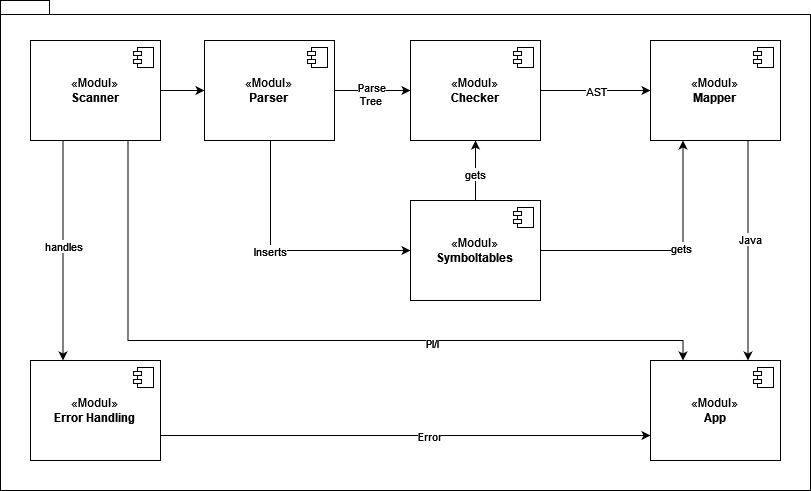
Before: assets/img/AbstraktesUML_1.png, a diagram exported from draw.io (lhahner/aspekte-formale-uebersetzung-programmiersprachen). Source tidied: cells renumbered, new cells last; positions are measured from the earlier drawing's top-left corner, leaving out a move shared by most shapes.
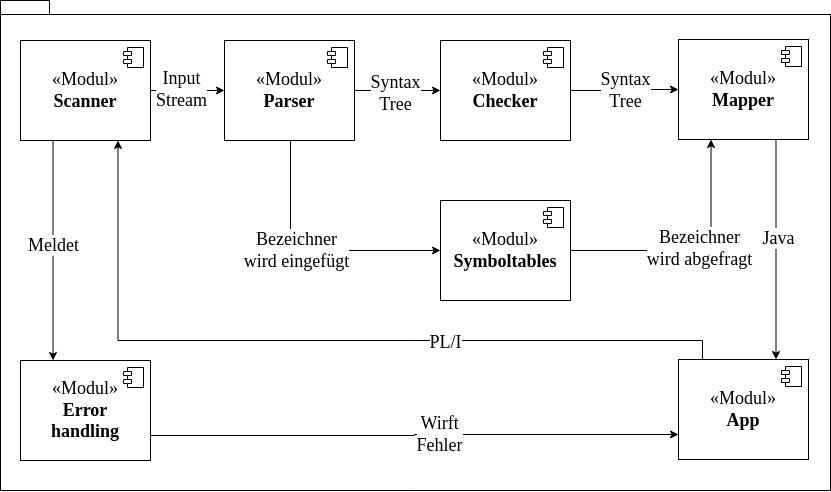
The same file after the commit.

The edit, as a diff of the source:
```diff
@@ -2,38 +2,41 @@
   <root>
     <mxCell id="0" />
     <mxCell id="1" parent="0" />
-    <mxCell id="2" style="shape=folder;fontStyle=1;spacingTop=10;tabWidth=40;tabHeight=14;tabPosition=left;html=1;whiteSpace=wrap;" parent="1" vertex="1">
-      <mxGeometry width="810" height="490" as="geometry" />
+    <mxCell id="2" style="shape=folder;fontStyle=1;spacingTop=10;tabWidth=40;tabHeight=14;tabPosition=left;html=1;whiteSpace=wrap;fontFamily=Semi Serif;fontSize=18;" parent="1" vertex="1">
+      <mxGeometry x="-20" width="830" height="490" as="geometry" />
     </mxCell>
-    <mxCell id="3" style="edgeStyle=orthogonalEdgeStyle;rounded=0;jettySize=auto;html=1;entryX=0;entryY=0.5;entryDx=0;entryDy=0;" parent="1" edge="1" source="8" target="15">
+    <mxCell id="3" style="edgeStyle=orthogonalEdgeStyle;rounded=0;jettySize=auto;html=1;entryX=0;entryY=0.5;entryDx=0;entryDy=0;fontFamily=Semi Serif;fontSize=18;" parent="1" edge="1" source="8" target="15">
       <mxGeometry relative="1" as="geometry" />
     </mxCell>
+    <mxCell id="37" value="&lt;font style=&quot;font-size: 18px;&quot; face=&quot;Semi Serif&quot;&gt;Input&lt;br&gt;Stream&lt;/font&gt;" style="edgeLabel;html=1;align=center;verticalAlign=middle;" parent="3" vertex="1">
+      <mxGeometry x="-0.17" y="1" relative="1" as="geometry" />
+    </mxCell>
-    <mxCell id="4" style="edgeStyle=orthogonalEdgeStyle;rounded=0;jettySize=auto;html=1;exitX=0.25;exitY=1;exitDx=0;exitDy=0;entryX=0.25;entryY=0;entryDx=0;entryDy=0;" parent="1" edge="1" source="8" target="29">
+    <mxCell id="4" style="edgeStyle=orthogonalEdgeStyle;rounded=0;jettySize=auto;html=1;exitX=0.25;exitY=1;exitDx=0;exitDy=0;entryX=0.25;entryY=0;entryDx=0;entryDy=0;fontFamily=Semi Serif;fontSize=18;" parent="1" edge="1" source="8" target="29">
       <mxGeometry relative="1" as="geometry" />
     </mxCell>
-    <mxCell id="5" value="handles" style="edgeLabel;html=1;align=center;verticalAlign=middle;" parent="4" vertex="1">
+    <mxCell id="5" value="Meldet" style="edgeLabel;html=1;align=center;verticalAlign=middle;fontFamily=Semi Serif;fontSize=18;" parent="4" vertex="1">
       <mxGeometry x="-0.05" relative="1" as="geometry" />
     </mxCell>
-    <mxCell id="6" style="edgeStyle=orthogonalEdgeStyle;rounded=0;jettySize=auto;html=1;exitX=0.75;exitY=1;exitDx=0;exitDy=0;entryX=0.25;entryY=0;entryDx=0;entryDy=0;" parent="1" edge="1" source="8" target="31">
+    <mxCell id="6" style="edgeStyle=orthogonalEdgeStyle;rounded=0;jettySize=auto;html=1;exitX=0.75;exitY=1;exitDx=0;exitDy=0;entryX=0.25;entryY=0;entryDx=0;entryDy=0;fontFamily=Semi Serif;fontSize=18;endArrow=none;endFill=0;startArrow=classic;startFill=1;" parent="1" edge="1" source="8" target="31">
       <mxGeometry relative="1" as="geometry">
         <Array as="points">
-          <mxPoint x="128" y="340" />
-          <mxPoint x="683" y="340" />
+          <mxPoint x="98" y="340" />
+          <mxPoint x="682" y="340" />
         </Array>
       </mxGeometry>
     </mxCell>
-    <mxCell id="7" value="Pl/I" style="edgeLabel;html=1;align=center;verticalAlign=middle;" parent="6" vertex="1">
+    <mxCell id="7" value="PL/I" style="edgeLabel;html=1;align=center;verticalAlign=middle;fontFamily=Semi Serif;fontSize=18;" parent="6" vertex="1">
       <mxGeometry x="0.3" y="-2" relative="1" as="geometry" />
     </mxCell>
-    <mxCell id="8" value="«Modul»&lt;b&gt;&lt;br&gt;Scanner&lt;br&gt;&lt;/b&gt;" style="html=1;whiteSpace=wrap;" parent="1" vertex="1">
-      <mxGeometry x="30" y="40" width="130" height="100" as="geometry" />
+    <mxCell id="8" value="«Modul»&lt;b style=&quot;font-size: 18px;&quot;&gt;&lt;br style=&quot;font-size: 18px;&quot;&gt;Scanner&lt;br style=&quot;font-size: 18px;&quot;&gt;&lt;/b&gt;" style="html=1;whiteSpace=wrap;fontFamily=Semi Serif;fontSize=18;" parent="1" vertex="1">
+      <mxGeometry y="40" width="130" height="100" as="geometry" />
     </mxCell>
-    <mxCell id="9" style="shape=module;jettyWidth=8;jettyHeight=4;" parent="8" vertex="1">
+    <mxCell id="9" style="shape=module;jettyWidth=8;jettyHeight=4;fontFamily=Semi Serif;fontSize=18;" parent="8" vertex="1">
       <mxGeometry x="1" width="20" height="20" relative="1" as="geometry">
         <mxPoint x="-27" y="7" as="offset" />
       </mxGeometry>
     </mxCell>
-    <mxCell id="10" style="edgeStyle=orthogonalEdgeStyle;rounded=0;orthogonalLoop=1;jettySize=auto;html=1;endArrow=none;endFill=0;" parent="1" edge="1">
+    <mxCell id="10" style="edgeStyle=orthogonalEdgeStyle;rounded=0;orthogonalLoop=1;jettySize=auto;html=1;endArrow=none;endFill=0;fontSize=18;" parent="1" edge="1">
       <mxGeometry relative="1" as="geometry">
         <mxPoint x="330" y="226.9" as="sourcePoint" />
         <mxPoint x="330" y="227" as="targetPoint" />
@@ -43,102 +46,96 @@
         </Array>
       </mxGeometry>
     </mxCell>
-    <mxCell id="11" style="edgeStyle=orthogonalEdgeStyle;rounded=0;jettySize=auto;html=1;entryX=0;entryY=0.5;entryDx=0;entryDy=0;" parent="1" edge="1" source="15" target="35">
+    <mxCell id="11" style="edgeStyle=orthogonalEdgeStyle;rounded=0;jettySize=auto;html=1;entryX=0;entryY=0.5;entryDx=0;entryDy=0;fontFamily=Semi Serif;fontSize=18;" parent="1" edge="1" source="15" target="35">
       <mxGeometry relative="1" as="geometry" />
     </mxCell>
-    <mxCell id="12" value="&lt;div&gt;Parse&lt;/div&gt;&lt;div&gt;Tree&lt;br&gt;&lt;/div&gt;" style="edgeLabel;html=1;align=center;verticalAlign=middle;" parent="11" vertex="1">
+    <mxCell id="12" value="&lt;div style=&quot;font-size: 18px;&quot;&gt;Syntax&lt;/div&gt;&lt;div style=&quot;font-size: 18px;&quot;&gt;Tree&lt;/div&gt;" style="edgeLabel;html=1;align=center;verticalAlign=middle;fontFamily=Semi Serif;fontSize=18;" parent="11" vertex="1">
       <mxGeometry x="-0.06" y="-3" relative="1" as="geometry" />
     </mxCell>
-    <mxCell id="13" style="edgeStyle=orthogonalEdgeStyle;rounded=0;jettySize=auto;html=1;entryX=0;entryY=0.5;entryDx=0;entryDy=0;" parent="1" edge="1" source="15" target="25">
+    <mxCell id="13" style="edgeStyle=orthogonalEdgeStyle;rounded=0;jettySize=auto;html=1;entryX=0;entryY=0.5;entryDx=0;entryDy=0;fontFamily=Semi Serif;fontSize=18;" parent="1" edge="1" source="15" target="25">
       <mxGeometry relative="1" as="geometry">
         <Array as="points">
           <mxPoint x="270" y="250" />
         </Array>
       </mxGeometry>
     </mxCell>
-    <mxCell id="14" value="Inserts" style="edgeLabel;html=1;align=center;verticalAlign=middle;" parent="13" vertex="1">
+    <mxCell id="14" value="Bezeichner&lt;br&gt;wird eingefügt" style="edgeLabel;html=1;align=center;verticalAlign=middle;fontFamily=Semi Serif;fontSize=18;" parent="13" vertex="1">
       <mxGeometry x="0.26" y="3" relative="1" as="geometry">
         <mxPoint x="-48" y="3" as="offset" />
       </mxGeometry>
     </mxCell>
-    <mxCell id="15" value="«Modul»&lt;b&gt;&lt;br&gt;Parser&lt;br&gt;&lt;/b&gt;" style="html=1;whiteSpace=wrap;" parent="1" vertex="1">
+    <mxCell id="15" value="«Modul»&lt;b style=&quot;font-size: 18px;&quot;&gt;&lt;br style=&quot;font-size: 18px;&quot;&gt;Parser&lt;br style=&quot;font-size: 18px;&quot;&gt;&lt;/b&gt;" style="html=1;whiteSpace=wrap;fontFamily=Semi Serif;fontSize=18;" parent="1" vertex="1">
       <mxGeometry x="204" y="40" width="130" height="100" as="geometry" />
     </mxCell>
-    <mxCell id="16" style="shape=module;jettyWidth=8;jettyHeight=4;" parent="15" vertex="1">
+    <mxCell id="16" style="shape=module;jettyWidth=8;jettyHeight=4;fontFamily=Semi Serif;fontSize=18;" parent="15" vertex="1">
       <mxGeometry x="1" width="20" height="20" relative="1" as="geometry">
         <mxPoint x="-27" y="7" as="offset" />
       </mxGeometry>
     </mxCell>
-    <mxCell id="17" style="edgeStyle=orthogonalEdgeStyle;rounded=0;jettySize=auto;html=1;exitX=0.75;exitY=1;exitDx=0;exitDy=0;entryX=0.75;entryY=0;entryDx=0;entryDy=0;" parent="1" edge="1" source="19" target="31">
+    <mxCell id="17" style="edgeStyle=orthogonalEdgeStyle;rounded=0;jettySize=auto;html=1;exitX=0.75;exitY=1;exitDx=0;exitDy=0;entryX=0.75;entryY=0;entryDx=0;entryDy=0;fontFamily=Semi Serif;fontSize=18;" parent="1" edge="1" source="19" target="31">
       <mxGeometry relative="1" as="geometry" />
     </mxCell>
-    <mxCell id="18" value="Java" style="edgeLabel;html=1;align=center;verticalAlign=middle;" parent="17" vertex="1">
+    <mxCell id="18" value="Java" style="edgeLabel;html=1;align=center;verticalAlign=middle;fontFamily=Semi Serif;fontSize=18;" parent="17" vertex="1">
       <mxGeometry x="-0.11" y="2" relative="1" as="geometry" />
     </mxCell>
-    <mxCell id="19" value="«Modul»&lt;b&gt;&lt;br&gt;Mapper&lt;br&gt;&lt;/b&gt;" style="html=1;whiteSpace=wrap;" parent="1" vertex="1">
-      <mxGeometry x="650" y="40" width="130" height="100" as="geometry" />
+    <mxCell id="19" value="«Modul»&lt;b style=&quot;font-size: 18px;&quot;&gt;&lt;br style=&quot;font-size: 18px;&quot;&gt;Mapper&lt;br style=&quot;font-size: 18px;&quot;&gt;&lt;/b&gt;" style="html=1;whiteSpace=wrap;fontFamily=Semi Serif;fontSize=18;" parent="1" vertex="1">
+      <mxGeometry x="658" y="39" width="130" height="100" as="geometry" />
     </mxCell>
-    <mxCell id="20" style="shape=module;jettyWidth=8;jettyHeight=4;" parent="19" vertex="1">
+    <mxCell id="20" style="shape=module;jettyWidth=8;jettyHeight=4;fontFamily=Semi Serif;fontSize=18;" parent="19" vertex="1">
       <mxGeometry x="1" width="20" height="20" relative="1" as="geometry">
         <mxPoint x="-27" y="7" as="offset" />
       </mxGeometry>
     </mxCell>
-    <mxCell id="21" style="edgeStyle=orthogonalEdgeStyle;rounded=0;jettySize=auto;html=1;entryX=0.5;entryY=1;entryDx=0;entryDy=0;" parent="1" edge="1" source="25" target="35">
-      <mxGeometry relative="1" as="geometry" />
-    </mxCell>
-    <mxCell id="22" value="gets" style="edgeLabel;html=1;align=center;verticalAlign=middle;" parent="21" vertex="1">
-      <mxGeometry x="-0.1" y="1" relative="1" as="geometry" />
-    </mxCell>
-    <mxCell id="23" style="edgeStyle=orthogonalEdgeStyle;rounded=0;jettySize=auto;html=1;entryX=0.25;entryY=1;entryDx=0;entryDy=0;" parent="1" edge="1" source="25" target="19">
+    <mxCell id="23" style="edgeStyle=orthogonalEdgeStyle;rounded=0;jettySize=auto;html=1;entryX=0.25;entryY=1;entryDx=0;entryDy=0;fontFamily=Semi Serif;fontSize=18;" parent="1" edge="1" source="25" target="19">
       <mxGeometry relative="1" as="geometry" />
     </mxCell>
-    <mxCell id="24" value="gets" style="edgeLabel;html=1;align=center;verticalAlign=middle;" parent="23" vertex="1">
+    <mxCell id="24" value="Bezeichner&lt;br&gt;wird abgefragt" style="edgeLabel;html=1;align=center;verticalAlign=middle;fontFamily=Semi Serif;fontSize=18;" parent="23" vertex="1">
       <mxGeometry x="0.15" y="3" relative="1" as="geometry">
-        <mxPoint x="1" y="1" as="offset" />
+        <mxPoint x="-9" y="2" as="offset" />
       </mxGeometry>
     </mxCell>
-    <mxCell id="25" value="«Modul»&lt;b&gt;&lt;br&gt;Symboltables&lt;br&gt;&lt;/b&gt;" style="html=1;whiteSpace=wrap;" parent="1" vertex="1">
-      <mxGeometry x="410" y="200" width="130" height="100" as="geometry" />
+    <mxCell id="25" value="«Modul»&lt;b style=&quot;font-size: 18px;&quot;&gt;&lt;br style=&quot;font-size: 18px;&quot;&gt;Symboltables&lt;br style=&quot;font-size: 18px;&quot;&gt;&lt;/b&gt;" style="html=1;whiteSpace=wrap;fontFamily=Semi Serif;fontSize=18;" parent="1" vertex="1">
+      <mxGeometry x="420" y="200" width="130" height="100" as="geometry" />
     </mxCell>
-    <mxCell id="26" style="shape=module;jettyWidth=8;jettyHeight=4;" parent="25" vertex="1">
+    <mxCell id="26" style="shape=module;jettyWidth=8;jettyHeight=4;fontFamily=Semi Serif;fontSize=18;" parent="25" vertex="1">
       <mxGeometry x="1" width="20" height="20" relative="1" as="geometry">
         <mxPoint x="-27" y="7" as="offset" />
       </mxGeometry>
     </mxCell>
-    <mxCell id="27" style="edgeStyle=orthogonalEdgeStyle;rounded=0;jettySize=auto;html=1;exitX=1;exitY=0.75;exitDx=0;exitDy=0;entryX=0;entryY=0.75;entryDx=0;entryDy=0;" parent="1" edge="1" source="29" target="31">
+    <mxCell id="27" style="edgeStyle=orthogonalEdgeStyle;rounded=0;jettySize=auto;html=1;exitX=1;exitY=0.75;exitDx=0;exitDy=0;entryX=0;entryY=0.75;entryDx=0;entryDy=0;fontFamily=Semi Serif;fontSize=18;" parent="1" edge="1" source="29" target="31">
       <mxGeometry relative="1" as="geometry" />
     </mxCell>
-    <mxCell id="28" value="Error" style="edgeLabel;html=1;align=center;verticalAlign=middle;" parent="27" vertex="1">
+    <mxCell id="28" value="Wirft&lt;br&gt;Fehler" style="edgeLabel;html=1;align=center;verticalAlign=middle;fontFamily=Semi Serif;fontSize=18;" parent="27" vertex="1">
       <mxGeometry x="0.09" relative="1" as="geometry" />
     </mxCell>
-    <mxCell id="29" value="«Modul»&lt;b&gt;&lt;br&gt;Error Handling&lt;br&gt;&lt;/b&gt;" style="html=1;whiteSpace=wrap;" parent="1" vertex="1">
-      <mxGeometry x="30" y="360" width="130" height="100" as="geometry" />
+    <mxCell id="29" value="«Modul»&lt;b style=&quot;font-size: 18px;&quot;&gt;&lt;br style=&quot;font-size: 18px;&quot;&gt;Error&lt;br&gt;handling&lt;br style=&quot;font-size: 18px;&quot;&gt;&lt;/b&gt;" style="html=1;whiteSpace=wrap;fontFamily=Semi Serif;fontSize=18;" parent="1" vertex="1">
+      <mxGeometry y="360" width="130" height="100" as="geometry" />
     </mxCell>
-    <mxCell id="30" style="shape=module;jettyWidth=8;jettyHeight=4;" parent="29" vertex="1">
+    <mxCell id="30" style="shape=module;jettyWidth=8;jettyHeight=4;fontFamily=Semi Serif;fontSize=18;" parent="29" vertex="1">
       <mxGeometry x="1" width="20" height="20" relative="1" as="geometry">
         <mxPoint x="-27" y="7" as="offset" />
       </mxGeometry>
     </mxCell>
-    <mxCell id="31" value="«Modul»&lt;b&gt;&lt;br&gt;App&lt;br&gt;&lt;/b&gt;" style="html=1;whiteSpace=wrap;" parent="1" vertex="1">
-      <mxGeometry x="650" y="360" width="130" height="100" as="geometry" />
+    <mxCell id="31" value="«Modul»&lt;b style=&quot;font-size: 18px;&quot;&gt;&lt;br style=&quot;font-size: 18px;&quot;&gt;App&lt;br style=&quot;font-size: 18px;&quot;&gt;&lt;/b&gt;" style="html=1;whiteSpace=wrap;fontFamily=Semi Serif;fontSize=18;" parent="1" vertex="1">
+      <mxGeometry x="658" y="359" width="130" height="100" as="geometry" />
     </mxCell>
-    <mxCell id="32" style="shape=module;jettyWidth=8;jettyHeight=4;" parent="31" vertex="1">
+    <mxCell id="32" style="shape=module;jettyWidth=8;jettyHeight=4;fontFamily=Semi Serif;fontSize=18;" parent="31" vertex="1">
       <mxGeometry x="1" width="20" height="20" relative="1" as="geometry">
         <mxPoint x="-27" y="7" as="offset" />
       </mxGeometry>
     </mxCell>
-    <mxCell id="33" style="edgeStyle=orthogonalEdgeStyle;rounded=0;jettySize=auto;html=1;" parent="1" edge="1" source="35" target="19">
+    <mxCell id="33" style="edgeStyle=orthogonalEdgeStyle;rounded=0;jettySize=auto;html=1;fontFamily=Semi Serif;fontSize=18;" parent="1" edge="1" source="35" target="19">
       <mxGeometry relative="1" as="geometry" />
     </mxCell>
-    <mxCell id="34" value="AST" style="edgeLabel;html=1;align=center;verticalAlign=middle;" parent="33" vertex="1">
+    <mxCell id="34" value="Syntax&lt;br&gt;Tree" style="edgeLabel;html=1;align=center;verticalAlign=middle;fontFamily=Semi Serif;fontSize=18;" parent="33" vertex="1">
       <mxGeometry x="-0.16" y="-3" relative="1" as="geometry">
         <mxPoint x="9" y="-3" as="offset" />
       </mxGeometry>
     </mxCell>
-    <mxCell id="35" value="«Modul»&lt;b&gt;&lt;br&gt;Checker&lt;br&gt;&lt;/b&gt;" style="html=1;whiteSpace=wrap;" parent="1" vertex="1">
-      <mxGeometry x="410" y="40" width="130" height="100" as="geometry" />
+    <mxCell id="35" value="«Modul»&lt;b style=&quot;font-size: 18px;&quot;&gt;&lt;br style=&quot;font-size: 18px;&quot;&gt;Checker&lt;br style=&quot;font-size: 18px;&quot;&gt;&lt;/b&gt;" style="html=1;whiteSpace=wrap;fontFamily=Semi Serif;fontSize=18;" parent="1" vertex="1">
+      <mxGeometry x="420" y="40" width="130" height="100" as="geometry" />
     </mxCell>
-    <mxCell id="36" style="shape=module;jettyWidth=8;jettyHeight=4;" parent="35" vertex="1">
+    <mxCell id="36" style="shape=module;jettyWidth=8;jettyHeight=4;fontFamily=Semi Serif;fontSize=18;" parent="35" vertex="1">
       <mxGeometry x="1" width="20" height="20" relative="1" as="geometry">
         <mxPoint x="-27" y="7" as="offset" />
       </mxGeometry>
```
